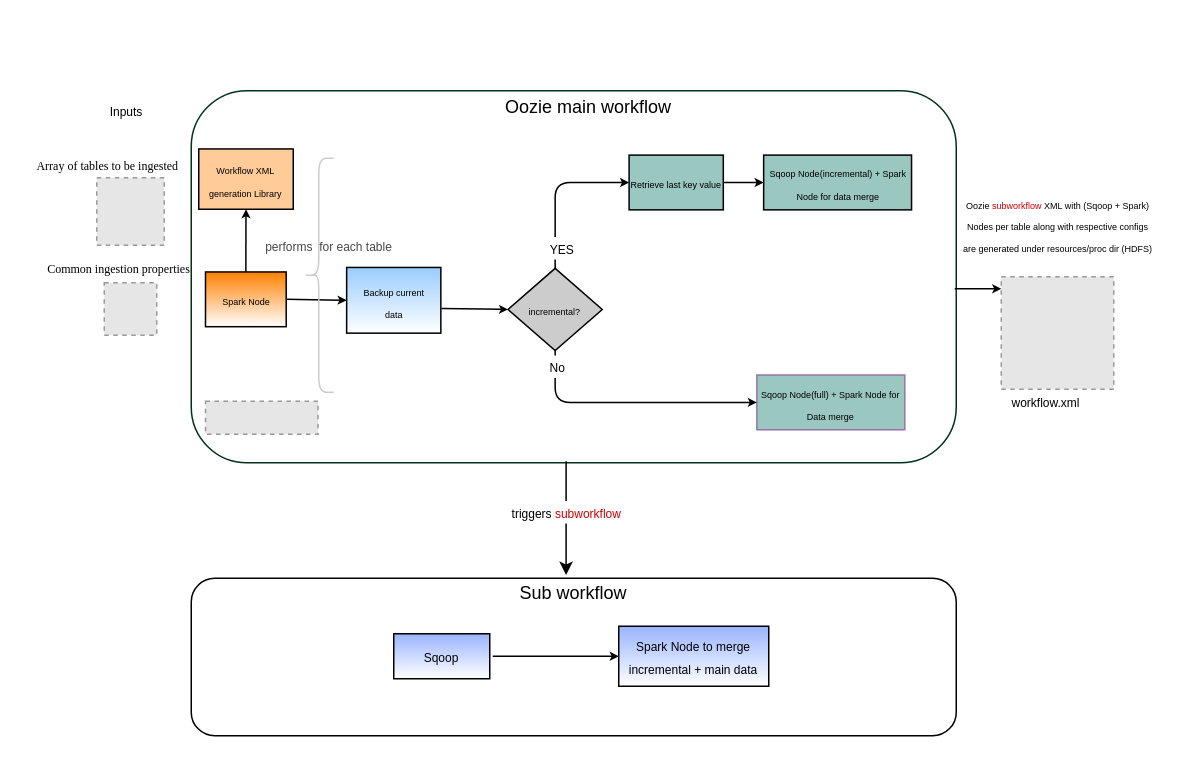
smahamkl/Dynamic-oozie-workflow-generator keeps this draw.io diagram as dynamic_flow.drawio. Above is the earlier version. Source tidied: cells renumbered, new cells numbered last; positions are measured from the earlier drawing's top-left corner, leaving out a move shared by most shapes. Both pictures are drawn from the tidied source at 150%, with x=0, y=0 at pixel (26, 90). Pictures stored in the file or linked from it are replaced by grey dashed boxes.
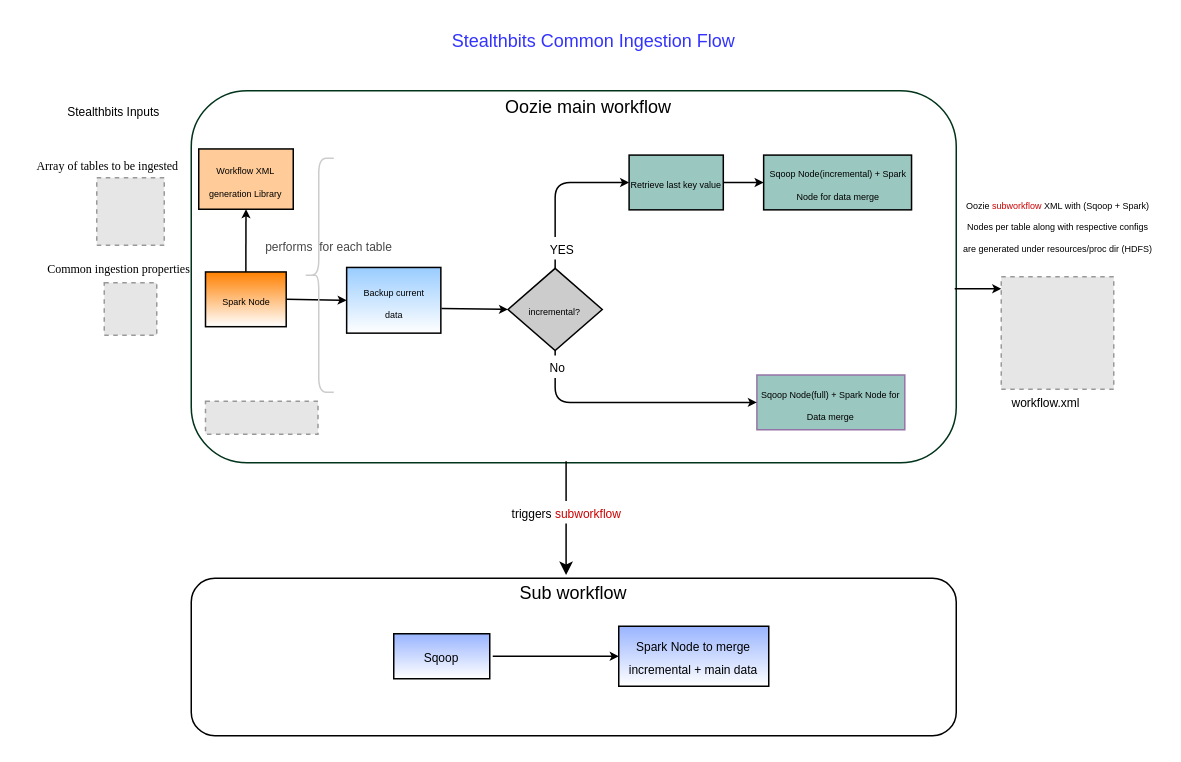
The same page after the edit.

Commit message (it also covers changes not shown here):
added class diagrams

The edit, as a diff of the source:
```diff
@@
-    <mxCell id="6" value="&lt;font style=&quot;font-size: 8px&quot;&gt;Inputs&lt;/font&gt;" style="text;html=1;strokeColor=none;fillColor=none;align=center;verticalAlign=middle;whiteSpace=wrap;rounded=0;" parent="1" vertex="1">
-      <mxGeometry x="37" y="5" width="60" height="16" as="geometry" />
+    <mxCell id="6" value="&lt;font style=&quot;font-size: 8px&quot;&gt;Stealthbits Inputs&lt;/font&gt;" style="text;html=1;strokeColor=none;fillColor=none;align=center;verticalAlign=middle;whiteSpace=wrap;rounded=0;" parent="1" vertex="1">
+      <mxGeometry x="20" y="5" width="77" height="16" as="geometry" />
     </mxCell>
@@
+    <mxCell id="40" value="&lt;font color=&quot;#3333ff&quot;&gt;Stealthbits Common Ingestion Flow&lt;/font&gt;" style="text;html=1;strokeColor=none;fillColor=none;align=center;verticalAlign=middle;whiteSpace=wrap;rounded=0;" parent="1" vertex="1">
+      <mxGeometry x="237" y="-43" width="283" height="20" as="geometry" />
+    </mxCell>
```
